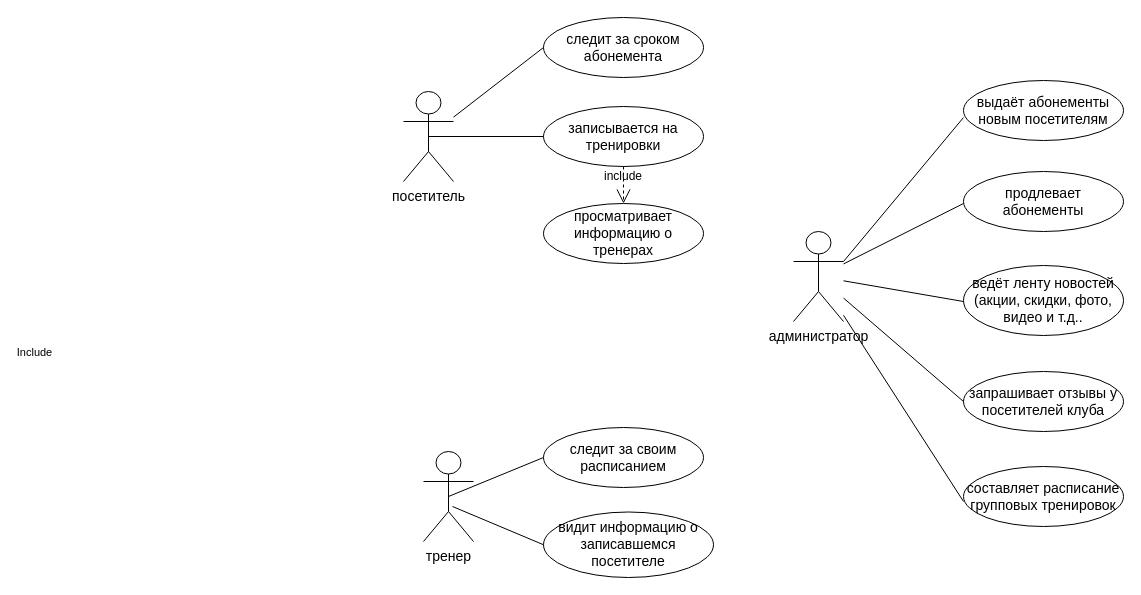
The draw.io diagram GYM.drawio in yuliapyrikova/-, before the edit. Source tidied: cells renumbered, new cells numbered last; positions are measured from the earlier drawing's top-left corner, leaving out a move shared by most shapes. Both pictures are drawn from the tidied source at 100%, with x=0, y=0 at pixel (403, 17).
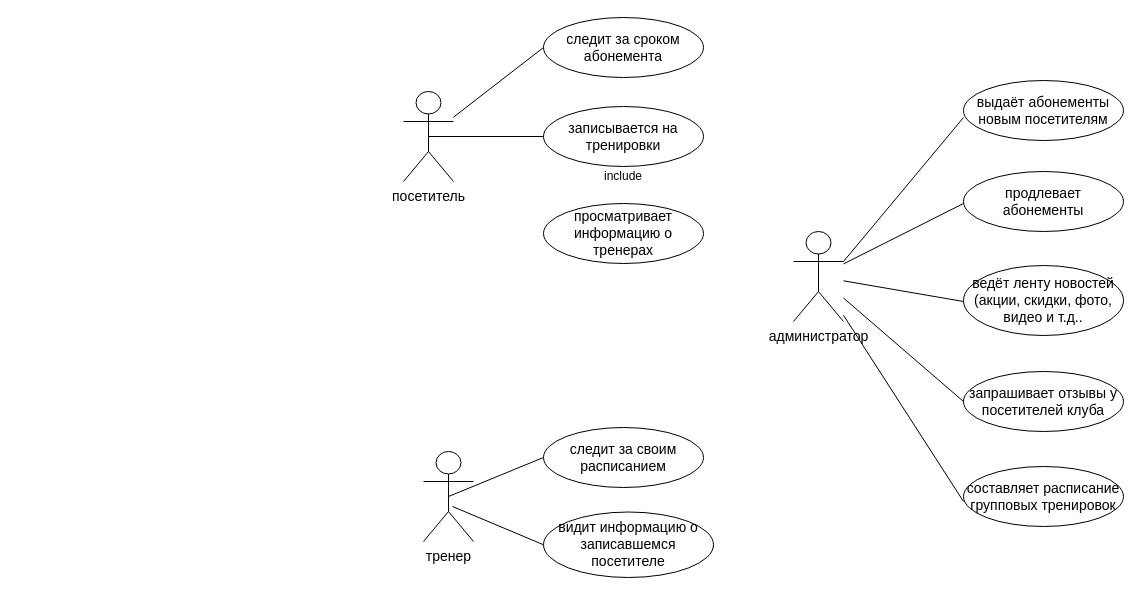
The same page after the edit.

The change refers to these unchanged cells:
```xml
<mxCell id="11" value="&lt;span style=&quot;font-size: 14px&quot;&gt;просматривает информацию о тренерах&lt;/span&gt;" style="ellipse;whiteSpace=wrap;html=1;" parent="1" vertex="1">
  <mxGeometry x="140" y="186" width="160" height="60" as="geometry" />
</mxCell>
<mxCell id="12" value="&lt;span style=&quot;font-size: 14px&quot;&gt;записывается на тренировки&lt;/span&gt;" style="ellipse;whiteSpace=wrap;html=1;" parent="1" vertex="1">
  <mxGeometry x="140" y="89" width="160" height="60" as="geometry" />
</mxCell>
```

Change to the diagram source:
```diff
@@
-    <mxCell id="19" value="Include" style="endArrow=open;endSize=12;dashed=1;html=1;targetPerimeterSpacing=0;exitX=0.5;exitY=1;exitDx=0;exitDy=0;entryX=0.5;entryY=0;entryDx=0;entryDy=0;" parent="1" edge="1" source="12" target="11">
-      <mxGeometry x="1" y="-319" relative="1" as="geometry">
-        <mxPoint x="-270" y="149" as="offset" />
-      </mxGeometry>
-    </mxCell>
```
